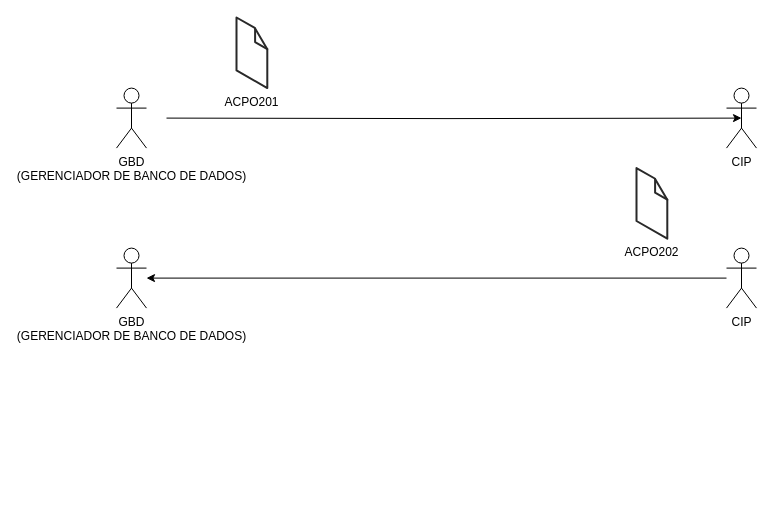
Above: Untitled Diagram.drawio in yurekesley/uml (draw.io), before the change. Source tidied: cells renumbered, new cells numbered last; positions are measured from the earlier drawing's top-left corner, leaving out a move shared by most shapes. Both pictures are drawn from the tidied source at 100%, with x=0, y=0 at pixel (116, 17).
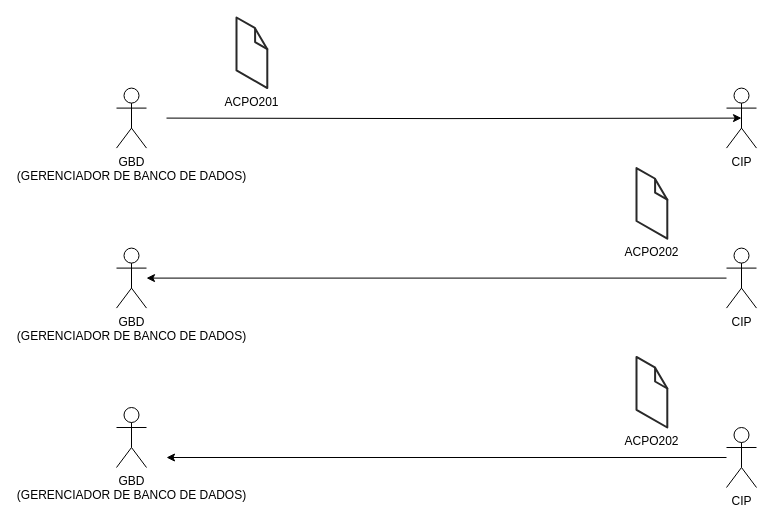
The same diagram, later.

The edit, as a diff of the source:
```diff
@@
 <mxGraphModel>
   <root>
     <mxCell id="0" />
     <mxCell id="1" parent="0" />
     <mxCell id="2" style="edgeStyle=orthogonalEdgeStyle;rounded=0;jettySize=auto;html=1;entryX=0.5;entryY=0.5;entryDx=0;entryDy=0;entryPerimeter=0;" parent="1" edge="1" target="3">
       <mxGeometry relative="1" as="geometry">
         <mxPoint x="50" y="100.6" as="sourcePoint" />
       </mxGeometry>
     </mxCell>
     <mxCell id="3" value="CIP&lt;br&gt;" style="shape=umlActor;verticalLabelPosition=bottom;verticalAlign=top;html=1;" parent="1" vertex="1">
       <mxGeometry x="610" y="70.6" width="30" height="60" as="geometry" />
     </mxCell>
     <mxCell id="4" value="ACPO201" style="verticalLabelPosition=bottom;html=1;verticalAlign=top;strokeWidth=1;align=center;dashed=0;shape=mxgraph.aws3d.file;strokeColor=#292929;" parent="1" vertex="1">
       <mxGeometry x="120" width="30.8" height="70.6" as="geometry" />
     </mxCell>
     <mxCell id="5" value="ACPO202" style="verticalLabelPosition=bottom;html=1;verticalAlign=top;strokeWidth=1;align=center;dashed=0;shape=mxgraph.aws3d.file;strokeColor=#292929;" parent="1" vertex="1">
       <mxGeometry x="520" y="150.6" width="30.8" height="70.6" as="geometry" />
     </mxCell>
     <mxCell id="6" value="GBD &lt;br&gt;(GERENCIADOR DE BANCO DE DADOS)" style="shape=umlActor;verticalLabelPosition=bottom;verticalAlign=top;html=1;" parent="1" vertex="1">
       <mxGeometry y="70.6" width="30" height="60" as="geometry" />
     </mxCell>
     <mxCell id="7" style="edgeStyle=orthogonalEdgeStyle;rounded=0;jettySize=auto;html=1;" parent="1" edge="1" source="8" target="9">
       <mxGeometry relative="1" as="geometry" />
     </mxCell>
     <mxCell id="8" value="CIP&lt;br&gt;" style="shape=umlActor;verticalLabelPosition=bottom;verticalAlign=top;html=1;" parent="1" vertex="1">
       <mxGeometry x="610" y="230.6" width="30" height="60" as="geometry" />
     </mxCell>
     <mxCell id="9" value="GBD &lt;br&gt;(GERENCIADOR DE BANCO DE DADOS)" style="shape=umlActor;verticalLabelPosition=bottom;verticalAlign=top;html=1;outlineConnect=0;" parent="1" vertex="1">
       <mxGeometry y="230.6" width="30" height="60" as="geometry" />
     </mxCell>
+    <mxCell id="10" value="GBD &lt;br&gt;(GERENCIADOR DE BANCO DE DADOS)" style="shape=umlActor;verticalLabelPosition=bottom;verticalAlign=top;html=1;" parent="1" vertex="1">
+      <mxGeometry y="390" width="30" height="60" as="geometry" />
+    </mxCell>
+    <mxCell id="11" style="edgeStyle=orthogonalEdgeStyle;rounded=0;jettySize=auto;html=1;" parent="1" edge="1" source="12">
+      <mxGeometry relative="1" as="geometry">
+        <mxPoint x="50" y="440" as="targetPoint" />
+      </mxGeometry>
+    </mxCell>
+    <mxCell id="12" value="CIP&lt;br&gt;" style="shape=umlActor;verticalLabelPosition=bottom;verticalAlign=top;html=1;" parent="1" vertex="1">
+      <mxGeometry x="610" y="410" width="30" height="60" as="geometry" />
+    </mxCell>
+    <mxCell id="13" value="ACPO202" style="verticalLabelPosition=bottom;html=1;verticalAlign=top;strokeWidth=1;align=center;dashed=0;shape=mxgraph.aws3d.file;strokeColor=#292929;" parent="1" vertex="1">
+      <mxGeometry x="520" y="339.4" width="30.8" height="70.6" as="geometry" />
+    </mxCell>
   </root>
 </mxGraphModel>
```
